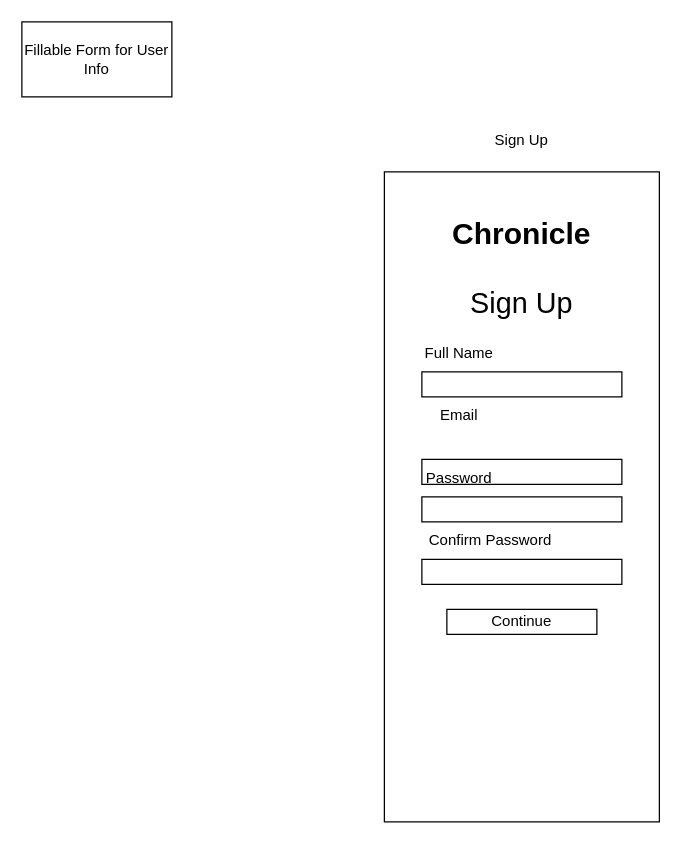
This is page "SignUp" (3 of 15) of Chronicle_Initial_App_Wireframe_Designs.drawio from Vaibhav-G-Parmar/Chronicle-Your-Ultimate-Travel-Companion, a draw.io file, before an edit. Source tidied: cells renumbered, new cells numbered last; positions are measured from the earlier drawing's top-left corner, leaving out a move shared by most shapes. Both pictures are drawn from the tidied source at 125%, with x=0, y=0 at pixel (21, 21).
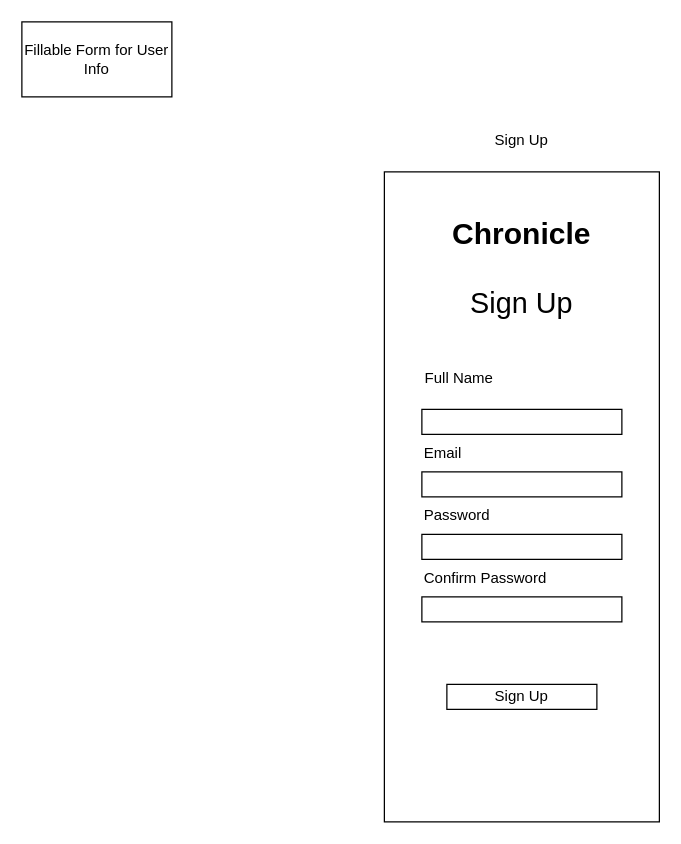
The same page after the edit.

Change to the diagram source:
```diff
@@
 <mxGraphModel>
   <root>
     <mxCell id="0" />
     <mxCell id="1" parent="0" />
     <mxCell id="2" value="Fillable Form for User Info" style="whiteSpace=wrap;html=1;" parent="1" vertex="1">
       <mxGeometry width="120" height="60" as="geometry" />
     </mxCell>
     <mxCell id="3" style="endArrow=none;html=1;rounded=0;" parent="1" edge="1">
       <mxGeometry relative="1" as="geometry">
         <mxPoint x="490" y="160" as="sourcePoint" />
         <mxPoint x="490" y="160" as="targetPoint" />
       </mxGeometry>
     </mxCell>
     <mxCell id="4" style="rounded=0;whiteSpace=wrap;html=1;" parent="1" vertex="1">
       <mxGeometry x="290" y="120" width="220" height="520" as="geometry" />
     </mxCell>
     <mxCell id="5" value="Sign Up" style="text;html=1;strokeColor=none;fillColor=none;align=center;verticalAlign=middle;whiteSpace=wrap;rounded=0;" parent="1" vertex="1">
       <mxGeometry x="370" y="80" width="60" height="30" as="geometry" />
     </mxCell>
     <mxCell id="6" style="rounded=0;whiteSpace=wrap;html=1;" parent="1" vertex="1">
-      <mxGeometry x="320" y="350" width="160" height="20" as="geometry" />
+      <mxGeometry x="320" y="360" width="160" height="20" as="geometry" />
     </mxCell>
     <mxCell id="7" style="rounded=0;whiteSpace=wrap;html=1;" parent="1" vertex="1">
-      <mxGeometry x="320" y="380" width="160" height="20" as="geometry" />
+      <mxGeometry x="320" y="410" width="160" height="20" as="geometry" />
     </mxCell>
-    <mxCell id="8" value="Email" style="text;html=1;strokeColor=none;fillColor=none;align=center;verticalAlign=middle;whiteSpace=wrap;rounded=0;" parent="1" vertex="1">
-      <mxGeometry x="320" y="300" width="60" height="30" as="geometry" />
+    <mxCell id="8" value="Email" style="text;html=1;strokeColor=none;fillColor=none;align=left;verticalAlign=middle;whiteSpace=wrap;rounded=0;" parent="1" vertex="1">
+      <mxGeometry x="320" y="330" width="60" height="30" as="geometry" />
     </mxCell>
-    <mxCell id="9" value="Password" style="text;html=1;strokeColor=none;fillColor=none;align=center;verticalAlign=middle;whiteSpace=wrap;rounded=0;" parent="1" vertex="1">
-      <mxGeometry x="320" y="350" width="60" height="30" as="geometry" />
+    <mxCell id="9" value="Password" style="text;html=1;strokeColor=none;fillColor=none;align=left;verticalAlign=middle;whiteSpace=wrap;rounded=0;" parent="1" vertex="1">
+      <mxGeometry x="320" y="380" width="60" height="30" as="geometry" />
     </mxCell>
     <mxCell id="10" value="&lt;font style=&quot;font-size: 23px;&quot;&gt;Sign Up&lt;/font&gt;" style="text;html=1;strokeColor=none;fillColor=none;align=center;verticalAlign=middle;whiteSpace=wrap;rounded=0;" parent="1" vertex="1">
       <mxGeometry x="355" y="210" width="90" height="30" as="geometry" />
     </mxCell>
-    <mxCell id="11" value="Continue" style="rounded=0;whiteSpace=wrap;html=1;" parent="1" vertex="1">
-      <mxGeometry x="340" y="470" width="120" height="20" as="geometry" />
+    <mxCell id="11" value="Sign Up" style="rounded=0;whiteSpace=wrap;html=1;" parent="1" vertex="1">
+      <mxGeometry x="340" y="530" width="120" height="20" as="geometry" />
     </mxCell>
     <mxCell id="12" style="rounded=0;whiteSpace=wrap;html=1;" parent="1" vertex="1">
-      <mxGeometry x="320" y="430" width="160" height="20" as="geometry" />
+      <mxGeometry x="320" y="460" width="160" height="20" as="geometry" />
     </mxCell>
-    <mxCell id="13" value="Confirm Password" style="text;html=1;strokeColor=none;fillColor=none;align=center;verticalAlign=middle;whiteSpace=wrap;rounded=0;" parent="1" vertex="1">
-      <mxGeometry x="320" y="400" width="110" height="30" as="geometry" />
+    <mxCell id="13" value="Confirm Password" style="text;html=1;strokeColor=none;fillColor=none;align=left;verticalAlign=middle;whiteSpace=wrap;rounded=0;" parent="1" vertex="1">
+      <mxGeometry x="320" y="430" width="110" height="30" as="geometry" />
     </mxCell>
     <mxCell id="14" style="rounded=0;whiteSpace=wrap;html=1;" parent="1" vertex="1">
-      <mxGeometry x="320" y="280" width="160" height="20" as="geometry" />
+      <mxGeometry x="320" y="310" width="160" height="20" as="geometry" />
     </mxCell>
     <mxCell id="15" value="Full Name" style="text;html=1;strokeColor=none;fillColor=none;align=center;verticalAlign=middle;whiteSpace=wrap;rounded=0;" parent="1" vertex="1">
-      <mxGeometry x="320" y="250" width="60" height="30" as="geometry" />
+      <mxGeometry x="320" y="270" width="60" height="30" as="geometry" />
     </mxCell>
     <mxCell id="16" value="&lt;h1&gt;Chronicle&lt;/h1&gt;&lt;p&gt;&lt;br&gt;&lt;/p&gt;" style="text;html=1;strokeColor=none;fillColor=none;spacing=5;spacingTop=-20;whiteSpace=wrap;overflow=hidden;rounded=0;align=center;" parent="1" vertex="1">
       <mxGeometry x="335" y="150" width="130" height="40" as="geometry" />
     </mxCell>
   </root>
 </mxGraphModel>
```
